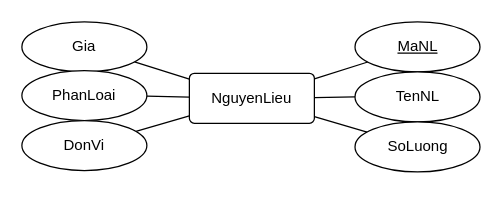
EdgarIgnite16/SGU-Course keeps this draw.io diagram as page "Page-6" (6 of 14) of PTTK HTTT/Project/ERD_Project.drawio. Above is the earlier version. Source tidied: cells renumbered, new cells numbered last; positions are measured from the earlier drawing's top-left corner, leaving out a move shared by most shapes. Both pictures are drawn from the tidied source at 125%, with x=0, y=0 at pixel (21, 21).
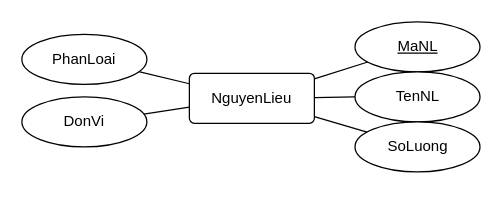
Above is the later version.

Diff of the diagram source:
```diff
@@
 <mxGraphModel>
   <root>
     <mxCell id="0" />
     <mxCell id="1" parent="0" />
     <mxCell id="2" value="NguyenLieu" style="rounded=1;arcSize=10;whiteSpace=wrap;html=1;align=center;" parent="1" vertex="1">
       <mxGeometry x="134" y="41.1" width="100" height="40" as="geometry" />
     </mxCell>
     <mxCell id="3" style="edgeStyle=none;rounded=0;jettySize=auto;html=1;endArrow=none;endFill=0;" parent="1" edge="1" source="4" target="2">
       <mxGeometry relative="1" as="geometry" />
     </mxCell>
     <mxCell id="4" value="MaNL" style="ellipse;whiteSpace=wrap;html=1;align=center;fontStyle=4;" parent="1" vertex="1">
       <mxGeometry x="266.5" width="100" height="40" as="geometry" />
     </mxCell>
     <mxCell id="5" style="edgeStyle=none;rounded=0;jettySize=auto;html=1;endArrow=none;endFill=0;" parent="1" edge="1" source="6" target="2">
       <mxGeometry relative="1" as="geometry" />
     </mxCell>
     <mxCell id="6" value="TenNL" style="ellipse;whiteSpace=wrap;html=1;align=center;" parent="1" vertex="1">
       <mxGeometry x="266.5" y="40" width="100" height="40" as="geometry" />
     </mxCell>
     <mxCell id="7" style="edgeStyle=none;rounded=0;orthogonalLoop=1;jettySize=auto;html=1;exitX=0.75;exitY=1;exitDx=0;exitDy=0;endArrow=none;endFill=0;" parent="1" edge="1">
       <mxGeometry relative="1" as="geometry">
         <mxPoint x="274" y="141.5" as="sourcePoint" />
         <mxPoint x="274" y="141.5" as="targetPoint" />
       </mxGeometry>
     </mxCell>
     <mxCell id="8" style="edgeStyle=none;rounded=0;jettySize=auto;html=1;endArrow=none;endFill=0;" parent="1" edge="1" source="9" target="2">
       <mxGeometry relative="1" as="geometry" />
     </mxCell>
     <mxCell id="9" value="SoLuong" style="ellipse;whiteSpace=wrap;html=1;align=center;" parent="1" vertex="1">
       <mxGeometry x="266.5" y="80" width="100" height="40" as="geometry" />
     </mxCell>
-    <mxCell id="10" style="edgeStyle=none;rounded=0;jettySize=auto;html=1;endArrow=none;endFill=0;" parent="1" edge="1" source="11" target="2">
-      <mxGeometry relative="1" as="geometry" />
-    </mxCell>
-    <mxCell id="11" value="Gia" style="ellipse;whiteSpace=wrap;html=1;align=center;" parent="1" vertex="1">
-      <mxGeometry width="100" height="40" as="geometry" />
-    </mxCell>
     <mxCell id="12" style="rounded=0;jettySize=auto;html=1;endArrow=none;endFill=0;" parent="1" edge="1" source="13" target="2">
       <mxGeometry relative="1" as="geometry" />
     </mxCell>
     <mxCell id="13" value="PhanLoai" style="ellipse;whiteSpace=wrap;html=1;align=center;" parent="1" vertex="1">
-      <mxGeometry y="38.9" width="100" height="40" as="geometry" />
+      <mxGeometry y="10" width="100" height="40" as="geometry" />
     </mxCell>
     <mxCell id="14" style="edgeStyle=none;rounded=0;jettySize=auto;html=1;endArrow=none;endFill=0;" parent="1" edge="1" source="15" target="2">
       <mxGeometry relative="1" as="geometry" />
     </mxCell>
     <mxCell id="15" value="DonVi" style="ellipse;whiteSpace=wrap;html=1;align=center;" parent="1" vertex="1">
-      <mxGeometry y="78.9" width="100" height="40" as="geometry" />
+      <mxGeometry y="60" width="100" height="40" as="geometry" />
     </mxCell>
   </root>
 </mxGraphModel>
```
